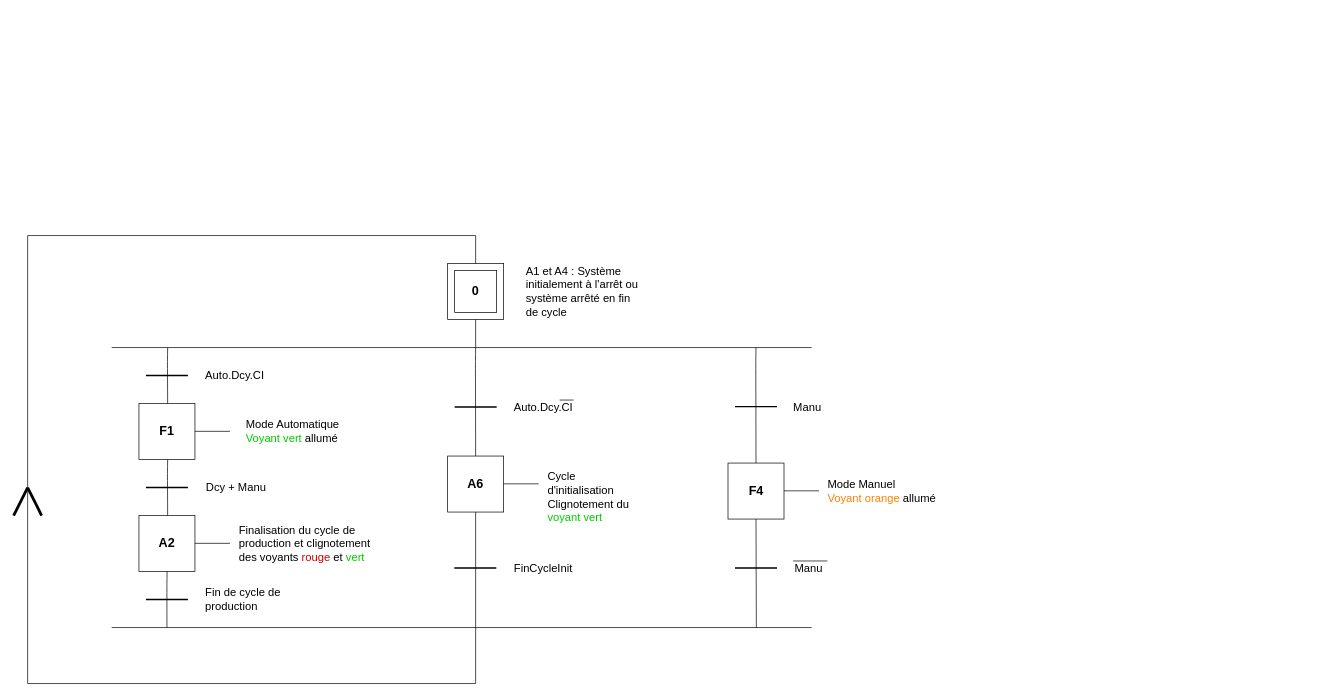
Earlier version of the draw.io diagram Untitled Diagram.drawio (Sem98-chain/INSA). Source tidied: cells renumbered, new cells numbered last; positions are measured from the earlier drawing's top-left corner, leaving out a move shared by most shapes. Both pictures are drawn from the tidied source at 70%, with x=0, y=0 at pixel (13, 235).
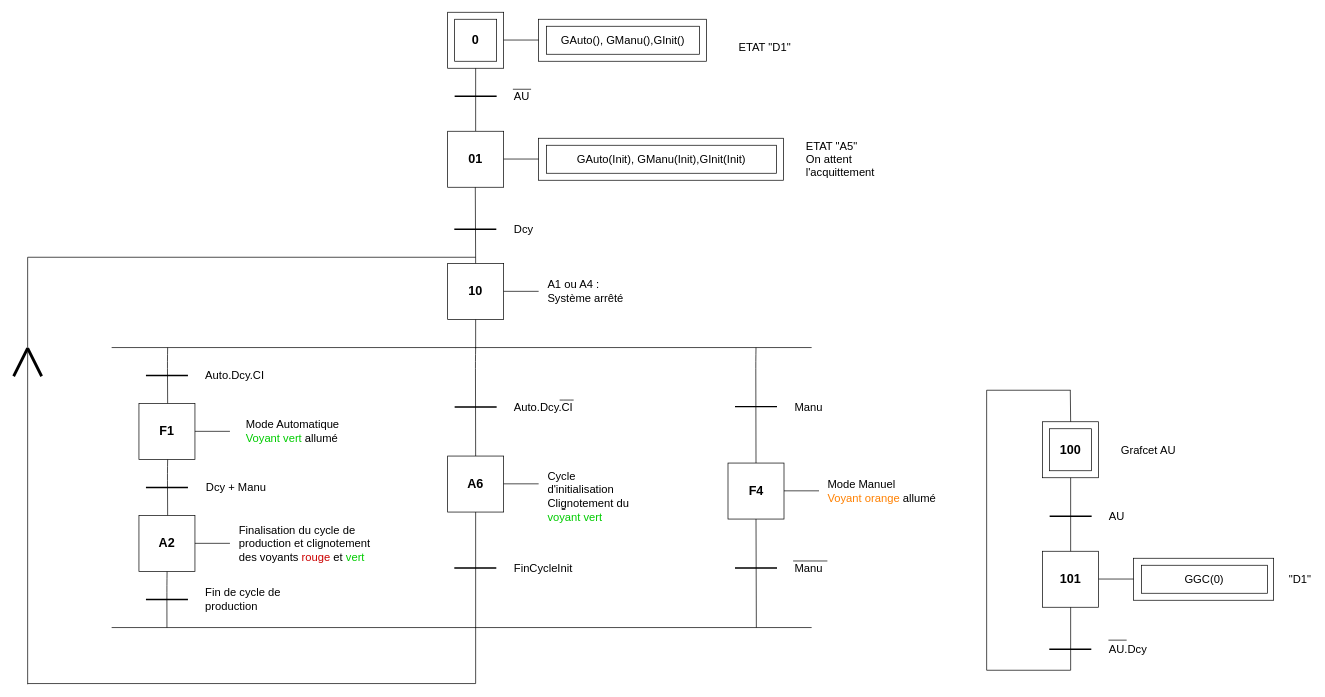
The same diagram, later.

The change refers to these unchanged cells:
```xml
<mxCell id="3" style="whiteSpace=wrap;html=1;" parent="2" vertex="1">
  <mxGeometry width="80" height="80" as="geometry" />
</mxCell>
```

Diff of the diagram source:
```diff
@@
+    <mxCell id="57" style="rounded=0;whiteSpace=wrap;html=1;" parent="1" vertex="1">
+      <mxGeometry x="1600" y="461" width="200" height="60" as="geometry" />
+    </mxCell>
     <mxCell id="2" style="group;" parent="1" vertex="1">
-      <mxGeometry x="620" y="40" width="80" height="80" as="geometry" />
+      <mxGeometry x="620" y="-319" width="80" height="80" as="geometry" />
     </mxCell>
@@
-    <mxCell id="6" style="endArrow=none;html=1;strokeWidth=1;exitX=0.5;exitY=0;exitDx=0;exitDy=0;" parent="1" edge="1" source="3">
-      <mxGeometry relative="1" as="geometry">
-        <mxPoint x="660" as="targetPoint" />
-      </mxGeometry>
-    </mxCell>
-    <mxCell id="7" style="endArrow=none;html=1;strokeWidth=1;" parent="1" edge="1">
-      <mxGeometry relative="1" as="geometry">
-        <mxPoint x="20" as="sourcePoint" />
-        <mxPoint x="660" as="targetPoint" />
-      </mxGeometry>
-    </mxCell>
-    <mxCell id="8" style="endArrow=none;html=1;strokeWidth=1;entryX=0.5;entryY=1;entryDx=0;entryDy=0;" parent="1" edge="1">
+    <mxCell id="8" style="endArrow=none;html=1;strokeWidth=1;entryX=0.5;entryY=1;entryDx=0;entryDy=0;exitX=0.5;exitY=0;exitDx=0;exitDy=0;" parent="1" edge="1" source="80">
       <mxGeometry relative="1" as="geometry">
-        <mxPoint x="660" y="160" as="sourcePoint" />
-        <mxPoint x="660" y="120" as="targetPoint" />
+        <mxPoint x="660" y="-239" as="targetPoint" />
       </mxGeometry>
     </mxCell>
@@
     <mxCell id="24" value="&lt;font style=&quot;font-size: 16px&quot;&gt;Auto.Dcy.CI&lt;br&gt;&lt;/font&gt;" style="text;html=1;strokeColor=none;fillColor=none;align=left;verticalAlign=middle;whiteSpace=wrap;rounded=0;" parent="1" vertex="1">
-      <mxGeometry x="713" y="235" width="236" height="20" as="geometry" />
+      <mxGeometry x="713" y="235" width="107" height="20" as="geometry" />
     </mxCell>
@@
     <mxCell id="26" style="endArrow=none;html=1;strokeWidth=1;" parent="1" edge="1">
       <mxGeometry relative="1" as="geometry">
-        <mxPoint x="20" y="640" as="sourcePoint" />
-        <mxPoint x="20" as="targetPoint" />
+        <mxPoint x="20" y="641" as="sourcePoint" />
+        <mxPoint x="20" y="31" as="targetPoint" />
       </mxGeometry>
     </mxCell>
     <mxCell id="27" style="endArrow=none;html=1;strokeWidth=4;" parent="1" edge="1">
       <mxGeometry relative="1" as="geometry">
-        <mxPoint y="400" as="sourcePoint" />
-        <mxPoint x="20" y="360" as="targetPoint" />
+        <mxPoint y="201" as="sourcePoint" />
+        <mxPoint x="20" y="161" as="targetPoint" />
       </mxGeometry>
     </mxCell>
     <mxCell id="28" style="endArrow=none;html=1;strokeWidth=4;" parent="1" edge="1">
       <mxGeometry relative="1" as="geometry">
-        <mxPoint x="40" y="400" as="sourcePoint" />
-        <mxPoint x="20" y="360" as="targetPoint" />
+        <mxPoint x="40" y="201" as="sourcePoint" />
+        <mxPoint x="20" y="161" as="targetPoint" />
       </mxGeometry>
     </mxCell>
@@
     <mxCell id="42" value="&lt;font style=&quot;font-size: 16px&quot;&gt;Manu&lt;br&gt;&lt;/font&gt;" style="text;html=1;strokeColor=none;fillColor=none;align=left;verticalAlign=middle;whiteSpace=wrap;rounded=0;" parent="1" vertex="1">
-      <mxGeometry x="1111.8" y="235" width="236" height="20" as="geometry" />
+      <mxGeometry x="1113.5" y="235" width="96.5" height="20" as="geometry" />
     </mxCell>
@@
-    <mxCell id="56" value="&lt;font style=&quot;font-size: 16px&quot;&gt;A1 et A4 : Système initialement à l'arrêt ou système arrêté en fin de cycle&lt;/font&gt;" style="text;html=1;strokeColor=none;fillColor=none;align=left;verticalAlign=middle;whiteSpace=wrap;rounded=0;" parent="1" vertex="1">
-      <mxGeometry x="730" y="35" width="170" height="90" as="geometry" />
-    </mxCell>
+    <mxCell id="58" style="group;" parent="1" vertex="1">
+      <mxGeometry x="1470" y="266" width="80" height="80" as="geometry" />
+    </mxCell>
+    <mxCell id="59" style="whiteSpace=wrap;html=1;" parent="58" vertex="1">
+      <mxGeometry width="80" height="80" as="geometry" />
+    </mxCell>
+    <mxCell id="60" style="whiteSpace=wrap;html=1;" parent="58" vertex="1">
+      <mxGeometry x="10" y="10" width="60" height="60" as="geometry" />
+    </mxCell>
+    <mxCell id="61" value="&lt;font size=&quot;1&quot;&gt;&lt;b style=&quot;font-size: 18px&quot;&gt;100&lt;/b&gt;&lt;/font&gt;" style="text;html=1;strokeColor=none;fillColor=none;align=center;verticalAlign=middle;whiteSpace=wrap;rounded=0;" parent="58" vertex="1">
+      <mxGeometry x="20" y="30" width="40" height="20" as="geometry" />
+    </mxCell>
+    <mxCell id="62" value="&lt;font style=&quot;font-size: 16px&quot;&gt;Grafcet AU&lt;/font&gt;" style="text;html=1;strokeColor=none;fillColor=none;align=left;verticalAlign=middle;whiteSpace=wrap;rounded=0;" parent="1" vertex="1">
+      <mxGeometry x="1580" y="261" width="170" height="90" as="geometry" />
+    </mxCell>
+    <mxCell id="63" style="whiteSpace=wrap;html=1;" parent="1" vertex="1">
+      <mxGeometry x="1470" y="451" width="80" height="80" as="geometry" />
+    </mxCell>
+    <mxCell id="64" style="endArrow=none;html=1;strokeWidth=2;" parent="1" edge="1">
+      <mxGeometry relative="1" as="geometry">
+        <mxPoint x="1480" y="401" as="sourcePoint" />
+        <mxPoint x="1540" y="401" as="targetPoint" />
+      </mxGeometry>
+    </mxCell>
+    <mxCell id="65" value="&lt;font size=&quot;1&quot;&gt;&lt;b style=&quot;font-size: 18px&quot;&gt;101&lt;/b&gt;&lt;/font&gt;" style="text;html=1;strokeColor=none;fillColor=none;align=center;verticalAlign=middle;whiteSpace=wrap;rounded=0;" parent="1" vertex="1">
+      <mxGeometry x="1490" y="481" width="40" height="20" as="geometry" />
+    </mxCell>
+    <mxCell id="66" value="&lt;font style=&quot;font-size: 16px&quot;&gt;AU&lt;br&gt;&lt;/font&gt;" style="text;html=1;strokeColor=none;fillColor=none;align=left;verticalAlign=middle;whiteSpace=wrap;rounded=0;" parent="1" vertex="1">
+      <mxGeometry x="1563" y="391" width="37" height="20" as="geometry" />
+    </mxCell>
+    <mxCell id="67" style="endArrow=none;html=1;strokeWidth=1;" parent="1" edge="1">
+      <mxGeometry relative="1" as="geometry">
+        <mxPoint x="1550" y="490.7" as="sourcePoint" />
+        <mxPoint x="1600" y="490.7" as="targetPoint" />
+      </mxGeometry>
+    </mxCell>
+    <mxCell id="68" value="&lt;font style=&quot;font-size: 16px&quot;&gt;&lt;br&gt;&lt;/font&gt;" style="text;html=1;strokeColor=none;fillColor=none;align=left;verticalAlign=middle;whiteSpace=wrap;rounded=0;" parent="1" vertex="1">
+      <mxGeometry x="1562.5" y="581" width="106" height="20" as="geometry" />
+    </mxCell>
+    <mxCell id="69" style="endArrow=none;html=1;strokeWidth=2;" parent="1" edge="1">
+      <mxGeometry relative="1" as="geometry">
+        <mxPoint x="1479.5" y="591" as="sourcePoint" />
+        <mxPoint x="1539.5" y="591" as="targetPoint" />
+      </mxGeometry>
+    </mxCell>
+    <mxCell id="70" value="&lt;font style=&quot;font-size: 16px&quot;&gt;AU.Dcy&lt;br&gt;&lt;/font&gt;" style="text;html=1;strokeColor=none;fillColor=none;align=left;verticalAlign=middle;whiteSpace=wrap;rounded=0;" parent="1" vertex="1">
+      <mxGeometry x="1562.5" y="581" width="27.5" height="20" as="geometry" />
+    </mxCell>
+    <mxCell id="71" style="endArrow=none;html=1;entryX=0.5;entryY=1;entryDx=0;entryDy=0;exitX=0.5;exitY=0;exitDx=0;exitDy=0;" parent="1" edge="1" source="63" target="59">
+      <mxGeometry relative="1" as="geometry" />
+    </mxCell>
+    <mxCell id="72" style="endArrow=none;html=1;entryX=0.5;entryY=1;entryDx=0;entryDy=0;" parent="1" edge="1" target="63">
+      <mxGeometry relative="1" as="geometry">
+        <mxPoint x="1510" y="621" as="sourcePoint" />
+      </mxGeometry>
+    </mxCell>
+    <mxCell id="73" style="endArrow=none;html=1;" parent="1" edge="1">
+      <mxGeometry relative="1" as="geometry">
+        <mxPoint x="1510" y="621" as="sourcePoint" />
+        <mxPoint x="1390" y="621" as="targetPoint" />
+      </mxGeometry>
+    </mxCell>
+    <mxCell id="74" style="endArrow=none;html=1;" parent="1" edge="1">
+      <mxGeometry relative="1" as="geometry">
+        <mxPoint x="1390" y="621" as="sourcePoint" />
+        <mxPoint x="1390" y="221" as="targetPoint" />
+      </mxGeometry>
+    </mxCell>
+    <mxCell id="75" style="endArrow=none;html=1;" parent="1" edge="1">
+      <mxGeometry relative="1" as="geometry">
+        <mxPoint x="1390" y="221" as="sourcePoint" />
+        <mxPoint x="1510" y="221" as="targetPoint" />
+      </mxGeometry>
+    </mxCell>
+    <mxCell id="76" style="endArrow=none;html=1;entryX=0.5;entryY=1;entryDx=0;entryDy=0;exitX=0.5;exitY=0;exitDx=0;exitDy=0;" parent="1" edge="1" source="59">
+      <mxGeometry relative="1" as="geometry">
+        <mxPoint x="1509.5" y="221" as="targetPoint" />
+      </mxGeometry>
+    </mxCell>
+    <mxCell id="77" value="&lt;font style=&quot;font-size: 16px&quot;&gt;GGC(0)&lt;/font&gt;" style="rounded=0;whiteSpace=wrap;html=1;" parent="1" vertex="1">
+      <mxGeometry x="1611" y="471" width="180" height="40" as="geometry" />
+    </mxCell>
+    <mxCell id="78" style="endArrow=none;html=1;" parent="1" edge="1">
+      <mxGeometry relative="1" as="geometry">
+        <mxPoint x="1564" y="578" as="sourcePoint" />
+        <mxPoint x="1590" y="578" as="targetPoint" />
+      </mxGeometry>
+    </mxCell>
+    <mxCell id="79" style="rounded=0;whiteSpace=wrap;html=1;" parent="1" vertex="1">
+      <mxGeometry x="750" y="-139" width="350" height="60" as="geometry" />
+    </mxCell>
+    <mxCell id="80" style="whiteSpace=wrap;html=1;" parent="1" vertex="1">
+      <mxGeometry x="620" y="-149" width="80" height="80" as="geometry" />
+    </mxCell>
+    <mxCell id="81" style="endArrow=none;html=1;strokeWidth=2;" parent="1" edge="1">
+      <mxGeometry relative="1" as="geometry">
+        <mxPoint x="630" y="-199" as="sourcePoint" />
+        <mxPoint x="690" y="-199" as="targetPoint" />
+      </mxGeometry>
+    </mxCell>
+    <mxCell id="82" value="&lt;font size=&quot;1&quot;&gt;&lt;b style=&quot;font-size: 18px&quot;&gt;01&lt;/b&gt;&lt;/font&gt;" style="text;html=1;strokeColor=none;fillColor=none;align=center;verticalAlign=middle;whiteSpace=wrap;rounded=0;" parent="1" vertex="1">
+      <mxGeometry x="640" y="-119" width="40" height="20" as="geometry" />
+    </mxCell>
+    <mxCell id="83" value="&lt;font style=&quot;font-size: 16px&quot;&gt;AU&lt;br&gt;&lt;/font&gt;" style="text;html=1;strokeColor=none;fillColor=none;align=left;verticalAlign=middle;whiteSpace=wrap;rounded=0;" parent="1" vertex="1">
+      <mxGeometry x="713" y="-209" width="37" height="20" as="geometry" />
+    </mxCell>
+    <mxCell id="84" style="endArrow=none;html=1;strokeWidth=1;" parent="1" edge="1">
+      <mxGeometry relative="1" as="geometry">
+        <mxPoint x="700" y="-109.3" as="sourcePoint" />
+        <mxPoint x="750" y="-109.3" as="targetPoint" />
+      </mxGeometry>
+    </mxCell>
+    <mxCell id="85" value="&lt;font style=&quot;font-size: 16px&quot;&gt;&lt;br&gt;&lt;/font&gt;" style="text;html=1;strokeColor=none;fillColor=none;align=left;verticalAlign=middle;whiteSpace=wrap;rounded=0;" parent="1" vertex="1">
+      <mxGeometry x="712.5" y="-19" width="106" height="20" as="geometry" />
+    </mxCell>
+    <mxCell id="86" style="endArrow=none;html=1;strokeWidth=2;" parent="1" edge="1">
+      <mxGeometry relative="1" as="geometry">
+        <mxPoint x="629.5" y="-9" as="sourcePoint" />
+        <mxPoint x="689.5" y="-9" as="targetPoint" />
+      </mxGeometry>
+    </mxCell>
+    <mxCell id="87" value="&lt;font style=&quot;font-size: 16px&quot;&gt;Dcy&lt;br&gt;&lt;/font&gt;" style="text;html=1;strokeColor=none;fillColor=none;align=left;verticalAlign=middle;whiteSpace=wrap;rounded=0;" parent="1" vertex="1">
+      <mxGeometry x="712.5" y="-19" width="27.5" height="20" as="geometry" />
+    </mxCell>
+    <mxCell id="88" value="&lt;span style=&quot;font-size: 16px&quot;&gt;GAuto(Init), GManu(Init),GInit(Init)&lt;/span&gt;" style="rounded=0;whiteSpace=wrap;html=1;" parent="1" vertex="1">
+      <mxGeometry x="761" y="-129" width="329" height="40" as="geometry" />
+    </mxCell>
+    <mxCell id="89" style="endArrow=none;html=1;strokeWidth=1;entryX=0.5;entryY=1;entryDx=0;entryDy=0;exitX=0.5;exitY=0;exitDx=0;exitDy=0;" parent="1" edge="1" source="95">
+      <mxGeometry relative="1" as="geometry">
+        <mxPoint x="659.5" y="-69" as="targetPoint" />
+      </mxGeometry>
+    </mxCell>
+    <mxCell id="90" style="rounded=0;whiteSpace=wrap;html=1;" parent="1" vertex="1">
+      <mxGeometry x="750" y="-309" width="240" height="60" as="geometry" />
+    </mxCell>
+    <mxCell id="91" style="endArrow=none;html=1;strokeWidth=1;" parent="1" edge="1">
+      <mxGeometry relative="1" as="geometry">
+        <mxPoint x="700" y="-279.3" as="sourcePoint" />
+        <mxPoint x="750" y="-279.3" as="targetPoint" />
+      </mxGeometry>
+    </mxCell>
+    <mxCell id="92" value="&lt;font style=&quot;font-size: 16px&quot;&gt;GAuto(), GManu(),GInit()&lt;/font&gt;" style="rounded=0;whiteSpace=wrap;html=1;" parent="1" vertex="1">
+      <mxGeometry x="761" y="-299" width="219" height="40" as="geometry" />
+    </mxCell>
+    <mxCell id="93" value="&lt;font style=&quot;font-size: 16px&quot;&gt;ETAT &quot;D1&quot;&lt;br&gt;&lt;/font&gt;" style="text;html=1;strokeColor=none;fillColor=none;align=left;verticalAlign=middle;whiteSpace=wrap;rounded=0;" parent="1" vertex="1">
+      <mxGeometry x="1033.5" y="-279" width="96.5" height="20" as="geometry" />
+    </mxCell>
+    <mxCell id="94" style="endArrow=none;html=1;" parent="1" edge="1">
+      <mxGeometry relative="1" as="geometry">
+        <mxPoint x="713.2" y="-209" as="sourcePoint" />
+        <mxPoint x="739.2" y="-209" as="targetPoint" />
+      </mxGeometry>
+    </mxCell>
+    <mxCell id="95" style="whiteSpace=wrap;html=1;" parent="1" vertex="1">
+      <mxGeometry x="620" y="40" width="80" height="80" as="geometry" />
+    </mxCell>
+    <mxCell id="96" value="&lt;font size=&quot;1&quot;&gt;&lt;b style=&quot;font-size: 18px&quot;&gt;10&lt;/b&gt;&lt;/font&gt;" style="text;html=1;strokeColor=none;fillColor=none;align=center;verticalAlign=middle;whiteSpace=wrap;rounded=0;" parent="1" vertex="1">
+      <mxGeometry x="640" y="70" width="40" height="20" as="geometry" />
+    </mxCell>
+    <mxCell id="97" style="endArrow=none;html=1;strokeWidth=1;" parent="1" edge="1">
+      <mxGeometry relative="1" as="geometry">
+        <mxPoint x="700" y="79.7" as="sourcePoint" />
+        <mxPoint x="750" y="79.7" as="targetPoint" />
+      </mxGeometry>
+    </mxCell>
+    <mxCell id="98" value="&lt;font style=&quot;font-size: 16px&quot;&gt;A1 ou A4 :&lt;br&gt;Système arrêté&lt;br&gt;&lt;/font&gt;" style="text;html=1;strokeColor=none;fillColor=none;align=left;verticalAlign=middle;whiteSpace=wrap;rounded=0;" parent="1" vertex="1">
+      <mxGeometry x="761" y="52.5" width="129" height="55" as="geometry" />
+    </mxCell>
+    <mxCell id="99" style="endArrow=none;html=1;entryX=0.5;entryY=1;entryDx=0;entryDy=0;" parent="1" edge="1" target="95">
+      <mxGeometry relative="1" as="geometry">
+        <mxPoint x="660" y="161" as="sourcePoint" />
+      </mxGeometry>
+    </mxCell>
+    <mxCell id="100" value="&lt;font style=&quot;font-size: 16px&quot;&gt;&quot;D1&quot;&lt;br&gt;&lt;/font&gt;" style="text;html=1;strokeColor=none;fillColor=none;align=left;verticalAlign=middle;whiteSpace=wrap;rounded=0;" parent="1" vertex="1">
+      <mxGeometry x="1820" y="481" width="37" height="20" as="geometry" />
+    </mxCell>
+    <mxCell id="101" style="endArrow=none;html=1;entryX=0.5;entryY=-0.112;entryDx=0;entryDy=0;entryPerimeter=0;" parent="1" edge="1" target="95">
+      <mxGeometry relative="1" as="geometry">
+        <mxPoint x="20" y="31" as="sourcePoint" />
+      </mxGeometry>
+    </mxCell>
+    <mxCell id="102" value="&lt;font style=&quot;font-size: 16px&quot;&gt;ETAT &quot;A5&quot;&lt;br&gt;On attent l'acquittement&lt;br&gt;&lt;/font&gt;" style="text;html=1;strokeColor=none;fillColor=none;align=left;verticalAlign=middle;whiteSpace=wrap;rounded=0;" parent="1" vertex="1">
+      <mxGeometry x="1130" y="-119" width="96.5" height="20" as="geometry" />
+    </mxCell>
```
